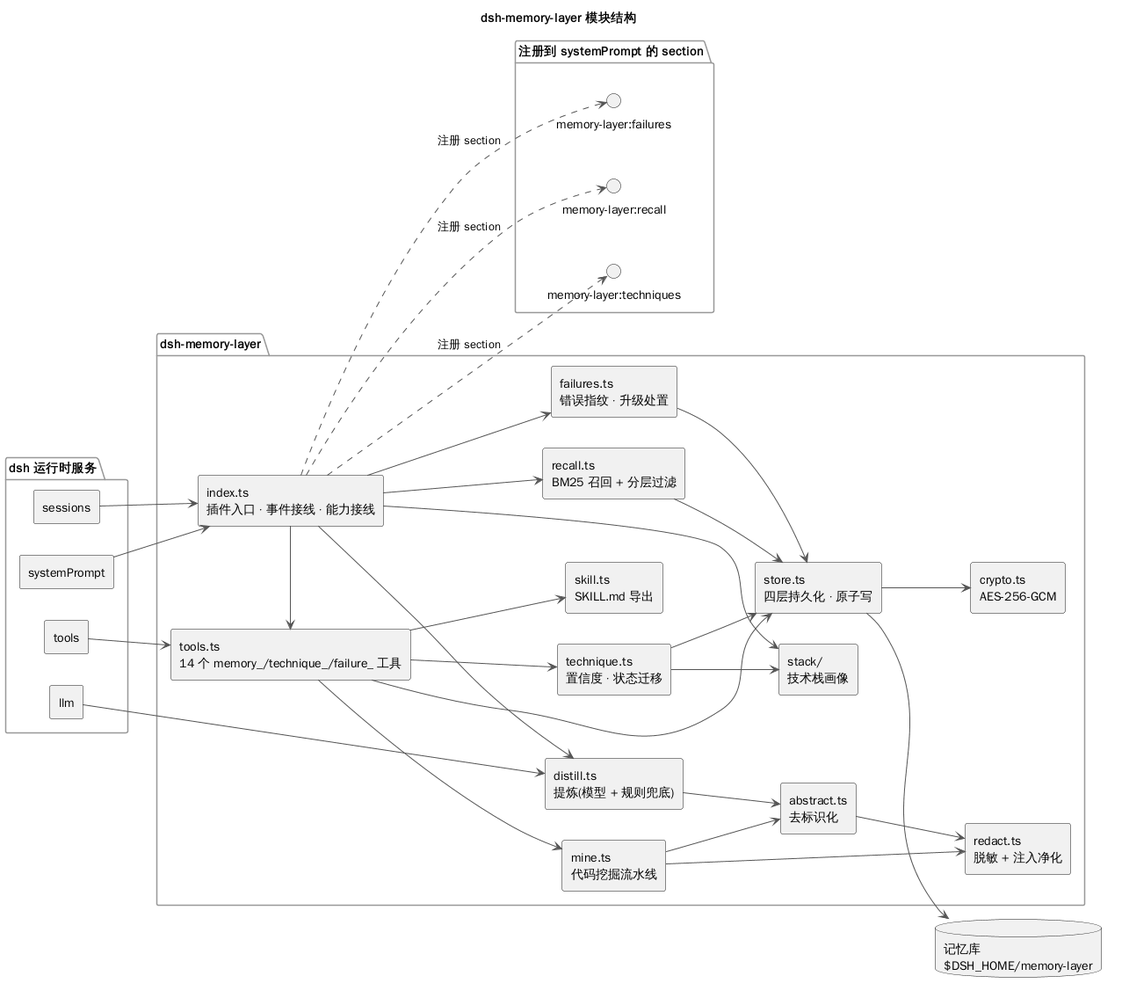
The PlantUML diagram docs/rendered/dsh-memory-layer-modules.png in raitpor/dsh-memory-layer, before a commit. Source of this version:
```plantuml
@startuml dsh-memory-layer-modules
title dsh-memory-layer 模块结构

skinparam componentStyle rectangle
skinparam shadowing false
skinparam ArrowColor #555555
skinparam PackageBorderColor #999999

left to right direction

package "dsh 运行时服务" as RT {
  component "sessions" as SESS
  component "systemPrompt" as PROMPT
  component "tools" as TOOLS
  component "llm" as LLM
}

package "dsh-memory-layer" as ML {
  component "index.ts\n插件入口 · 事件接线 · 能力接线" as IDX
  component "tools.ts\n14 个 memory_/technique_/failure_ 工具" as TOOLS_IMPL
  component "store.ts\n四层持久化 · 原子写" as STORE
  component "distill.ts\n提炼(模型 + 规则兜底)" as DIST
  component "recall.ts\nBM25 召回 + 分层过滤" as REC
  component "technique.ts\n置信度 · 状态迁移" as TECH
  component "failures.ts\n错误指纹 · 升级处置" as FAIL
  component "mine.ts\n代码挖掘流水线" as MINE
  component "abstract.ts\n去标识化" as ABS
  component "redact.ts\n脱敏 + 注入净化" as RED
  component "crypto.ts\nAES-256-GCM" as CRY
  component "stack/\n技术栈画像" as STK
  component "skill.ts\nSKILL.md 导出" as SKILL
}

package "注册到 systemPrompt 的 section" as SEC {
  interface "memory-layer:recall" as IREC
  interface "memory-layer:techniques" as ITECH
  interface "memory-layer:failures" as IFAIL
}

database "记忆库\n$DSH_HOME/memory-layer" as DB

SESS --> IDX
PROMPT --> IDX
TOOLS --> TOOLS_IMPL
LLM --> DIST

IDX -right-> TOOLS_IMPL
IDX ..> IREC : 注册 section
IDX ..> ITECH : 注册 section
IDX ..> IFAIL : 注册 section

TOOLS_IMPL --> STORE
TOOLS_IMPL --> TECH
TOOLS_IMPL --> MINE
TOOLS_IMPL --> SKILL
IDX --> DIST
IDX --> REC
IDX --> FAIL
IDX --> STK

DIST --> ABS
ABS --> RED
MINE --> ABS
MINE --> RED
TECH --> STK
STORE --> CRY
STORE --> DB

REC -down-> STORE
TECH -down-> STORE
FAIL -down-> STORE

@enduml
```
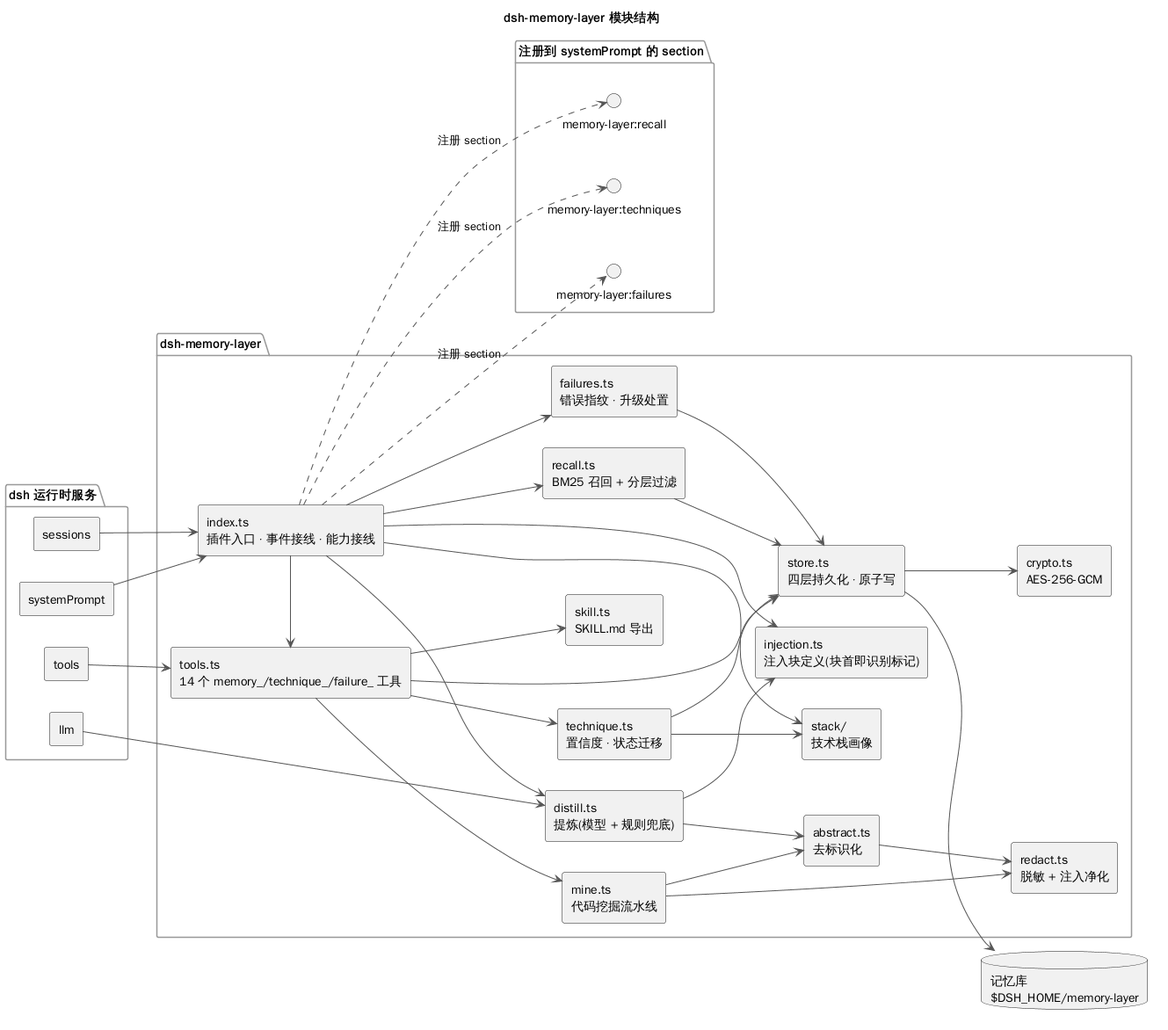
After the change.

Diff of the diagram source:
```diff
@@ -20,6 +20,7 @@
   component "tools.ts\n14 个 memory_/technique_/failure_ 工具" as TOOLS_IMPL
   component "store.ts\n四层持久化 · 原子写" as STORE
   component "distill.ts\n提炼(模型 + 规则兜底)" as DIST
+  component "injection.ts\n注入块定义(块首即识别标记)" as INJ
   component "recall.ts\nBM25 召回 + 分层过滤" as REC
   component "technique.ts\n置信度 · 状态迁移" as TECH
   component "failures.ts\n错误指纹 · 升级处置" as FAIL
@@ -54,6 +55,8 @@
 TOOLS_IMPL --> MINE
 TOOLS_IMPL --> SKILL
 IDX --> DIST
+IDX --> INJ
+DIST --> INJ
 IDX --> REC
 IDX --> FAIL
 IDX --> STK
```
